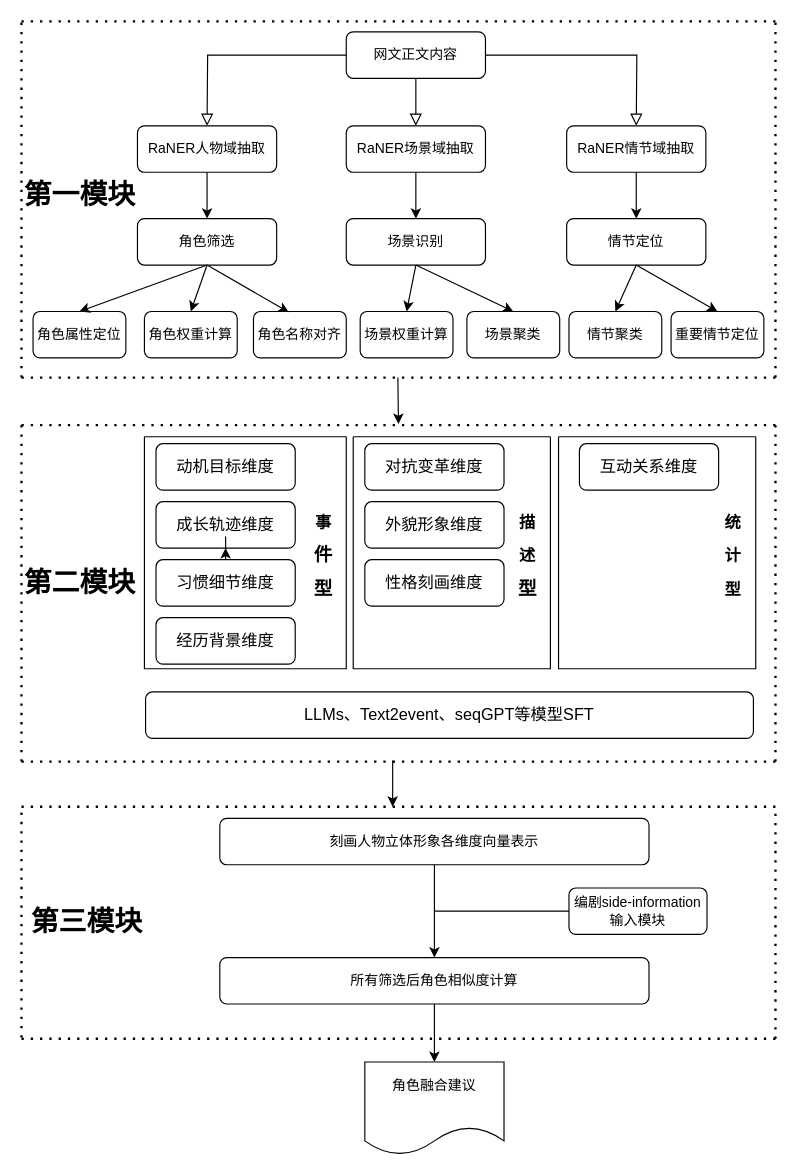
The draw.io diagram 未命名绘图.drawio in Luoxun1989/work-graph, before the edit. Source tidied: cells renumbered, new cells numbered last; positions are measured from the earlier drawing's top-left corner, leaving out a move shared by most shapes. Both pictures are drawn from the tidied source at 116%, with x=0, y=0 at pixel (21, 21).
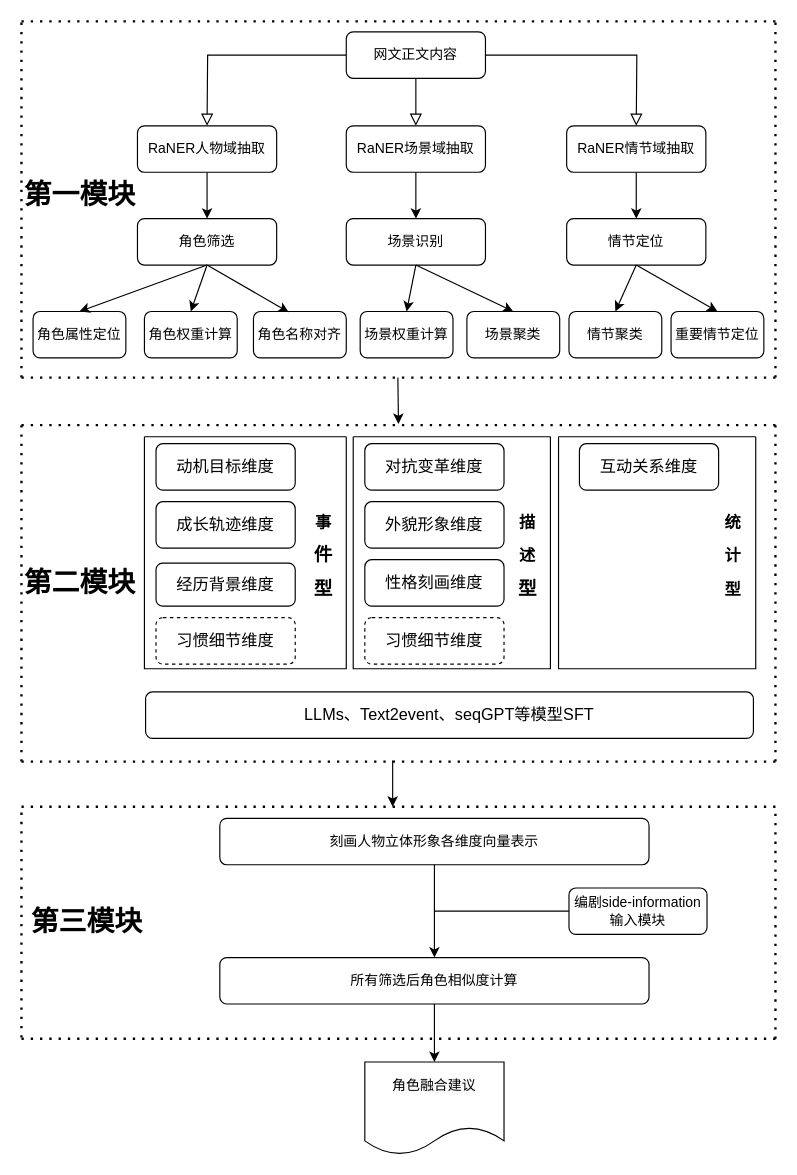
The same diagram, later.

Commit message:
更新未命名绘图.drawio

The change refers to these unchanged cells:
```xml
<mxCell id="22" value="&lt;p class=&quot;MsoNormal&quot;&gt;&lt;span&gt;&lt;span style=&quot;font-size: 10.5pt;&quot;&gt;成长轨迹维度&lt;/span&gt;&lt;/span&gt;&lt;/p&gt;" style="rounded=1;whiteSpace=wrap;html=1;fontSize=12;glass=0;strokeWidth=1;shadow=0;fontFamily=Helvetica;fontStyle=0;" parent="1" vertex="1">
  <mxGeometry x="116" y="414" width="120" height="40" as="geometry" />
</mxCell>
<mxCell id="53" style="swimlane;startSize=0;" parent="1" vertex="1">
  <mxGeometry x="286" y="358" width="170" height="200" as="geometry" />
</mxCell>
```

What changed in the source:
```diff
@@
-    <mxCell id="19" value="&lt;p class=&quot;MsoNormal&quot;&gt;&lt;span style=&quot;font-size: 10.5pt;&quot;&gt;经历背景维度&lt;/span&gt;&lt;/p&gt;" style="rounded=1;whiteSpace=wrap;html=1;fontSize=12;glass=0;strokeWidth=1;shadow=0;fontFamily=Helvetica;fontStyle=0;" parent="1" vertex="1">
+    <mxCell id="19" value="&lt;p class=&quot;MsoNormal&quot;&gt;&lt;span style=&quot;font-size: 14px;&quot;&gt;习惯细节维度&lt;/span&gt;&lt;br&gt;&lt;/p&gt;" style="rounded=1;whiteSpace=wrap;html=1;fontSize=12;glass=0;strokeWidth=1;shadow=0;fontFamily=Helvetica;fontStyle=0;dashed=1;" parent="1" vertex="1">
       <mxGeometry x="116" y="514" width="120" height="40" as="geometry" />
     </mxCell>
@@
-    <mxCell id="24" style="edgeStyle=orthogonalEdgeStyle;rounded=0;jettySize=auto;html=1;" parent="1" edge="1" source="25" target="22">
-      <mxGeometry relative="1" as="geometry" />
-    </mxCell>
-    <mxCell id="25" value="&lt;p class=&quot;MsoNormal&quot;&gt;&lt;span&gt;&lt;span style=&quot;font-size: 10.5pt;&quot;&gt;习惯细节维度&lt;/span&gt;&lt;/span&gt;&lt;/p&gt;" style="rounded=1;whiteSpace=wrap;html=1;fontSize=12;glass=0;strokeWidth=1;shadow=0;fontFamily=Helvetica;fontStyle=0;" parent="1" vertex="1">
-      <mxGeometry x="116" y="464" width="120" height="40" as="geometry" />
+    <mxCell id="25" value="&lt;p class=&quot;MsoNormal&quot;&gt;&lt;span style=&quot;font-size: 14px; background-color: initial;&quot;&gt;经历背景维度&lt;/span&gt;&lt;/p&gt;" style="rounded=1;whiteSpace=wrap;html=1;fontSize=12;glass=0;strokeWidth=1;shadow=0;fontFamily=Helvetica;fontStyle=0;" parent="1" vertex="1">
+      <mxGeometry x="116" y="467" width="120" height="37" as="geometry" />
     </mxCell>
@@
+    <mxCell id="69" value="&lt;p class=&quot;MsoNormal&quot;&gt;&lt;span style=&quot;font-size: 14px;&quot;&gt;习惯细节维度&lt;/span&gt;&lt;br&gt;&lt;/p&gt;" style="rounded=1;whiteSpace=wrap;html=1;fontSize=12;glass=0;strokeWidth=1;shadow=0;fontFamily=Helvetica;fontStyle=0;dashed=1;" parent="53" vertex="1">
+      <mxGeometry x="10" y="156" width="120" height="40" as="geometry" />
+    </mxCell>
```
